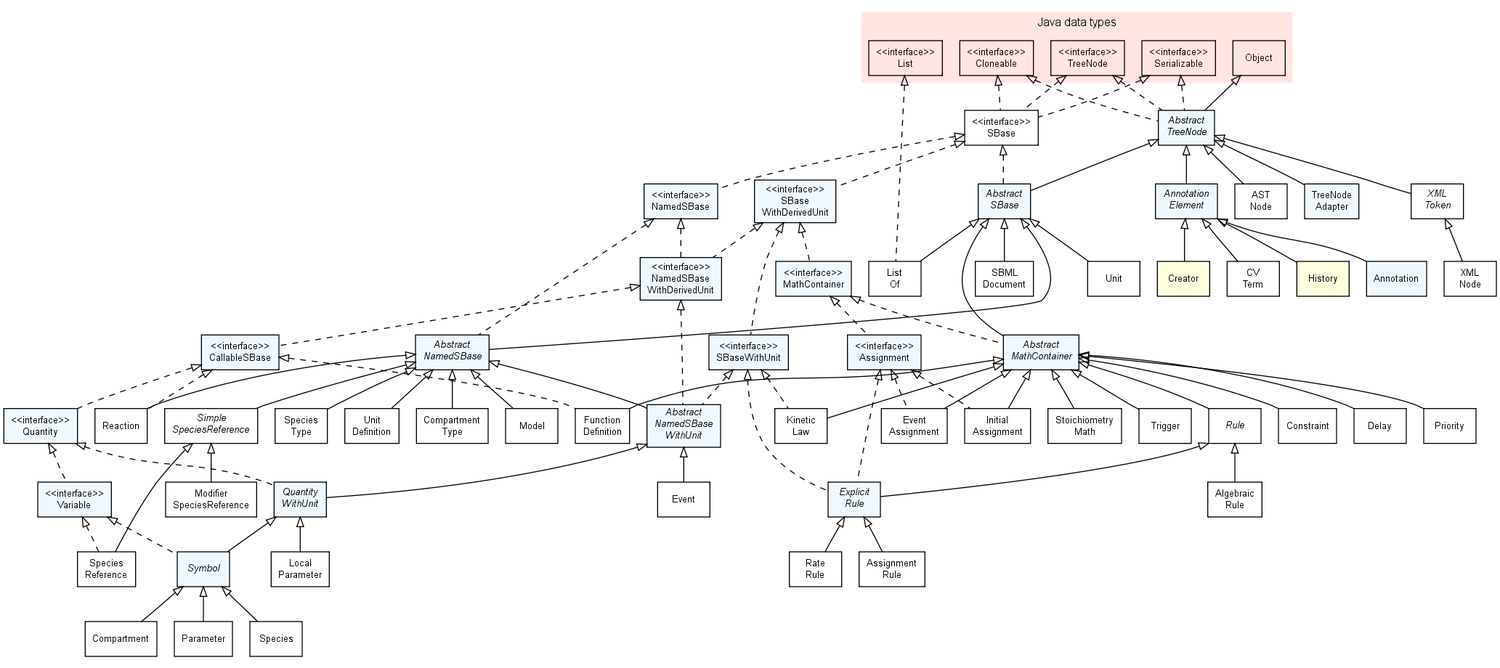
Above: doc/img/FullTypeHierarchy.png in sbmlteam/jsbml (Graphviz), before the change. Its source is kept beside it as doc/img/FullTypeHierarchy.dot.
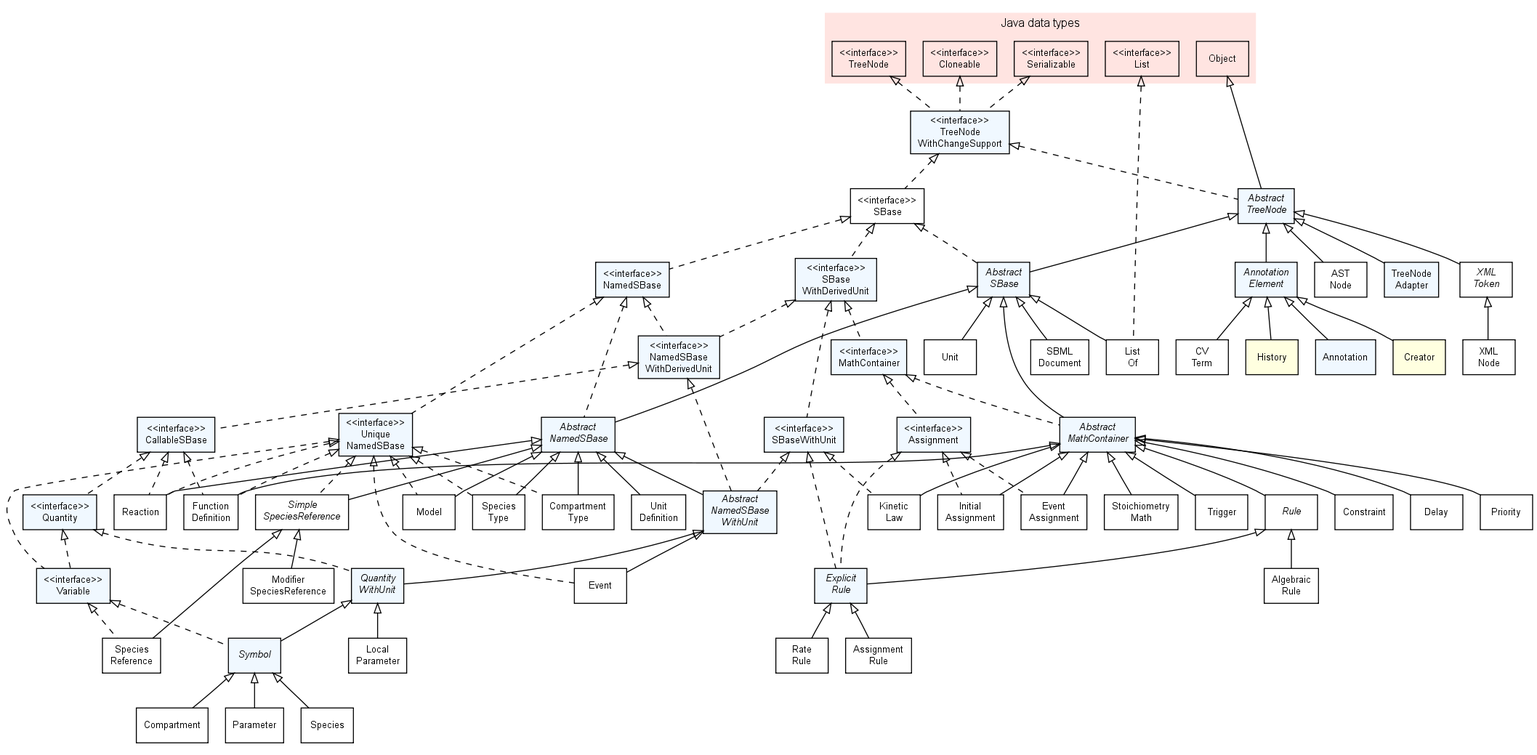
After the commit.

What changed in the source:
```diff
@@ -7,6 +7,7 @@
 
 	nodesep=0.25;
 	ranksep=0.5;
+	margin=0.01;
 
 	edge [
 	  fontname="Helvetica",
@@ -57,6 +58,8 @@
   SBaseWithDerivedUnit                     [label="<<interface>>\nSBase\nWithDerivedUnit", style="filled", fillcolor="#F0F8FF"];
   SBaseWithUnit                            [label="<<interface>>\nSBaseWithUnit", style="filled", fillcolor="#F0F8FF"];
   SBase                                    [label="<<interface>>\nSBase"];
+  TreeNodeWithChangeSupport                [label="<<interface>>\nTreeNode\nWithChangeSupport", style="filled", fillcolor="#F0F8FF"];
+  UniqueNamedSBase                         [label="<<interface>>\nUnique\nNamedSBase", style="filled", fillcolor="#F0F8FF"];
   Variable                                 [label="<<interface>>\nVariable", style="filled", fillcolor="#F0F8FF"];
 
   /*
@@ -159,8 +162,7 @@
   CallableSBase              -> Quantity                   [dir=back,arrowtail=empty,style=dashed];
   CallableSBase              -> FunctionDefinition         [dir=back,arrowtail=empty,style=dashed];
   CallableSBase              -> Reaction                   [dir=back,arrowtail=empty,style=dashed];
-  Cloneable                  -> AbstractTreeNode           [dir=back,arrowtail=empty,style=dashed];
-  Cloneable                  -> SBase                      [dir=back,arrowtail=empty,style=dashed];
+  Cloneable                  -> TreeNodeWithChangeSupport  [dir=back,arrowtail=empty,style=dashed];
   ExplicitRule               -> AssignmentRule             [dir=back,arrowtail=empty];
   ExplicitRule               -> RateRule                   [dir=back,arrowtail=empty];
   List                       -> ListOf                     [dir=back,arrowtail=empty,style=dashed];
@@ -168,6 +170,7 @@
   MathContainer              -> Assignment                 [dir=back,arrowtail=empty,style=dashed];
   NamedSBase                 -> AbstractNamedSBase         [dir=back,arrowtail=empty,style=dashed];
   NamedSBase                 -> NamedSBaseWithDerivedUnit  [dir=back,arrowtail=empty,style=dashed];
+  NamedSBase                 -> UniqueNamedSBase           [dir=back,arrowtail=empty,style=dashed];
   NamedSBaseWithDerivedUnit  -> AbstractNamedSBaseWithUnit [dir=back,arrowtail=empty,style=dashed];
   NamedSBaseWithDerivedUnit  -> CallableSBase              [dir=back,arrowtail=empty,style=dashed];
   Object                     -> AbstractTreeNode           [dir=back,arrowtail=empty];
@@ -188,13 +191,21 @@
   SBaseWithUnit              -> KineticLaw                 [dir=back,arrowtail=empty,style=dashed];
   SimpleSpeciesReference     -> ModifierSpeciesReference   [dir=back,arrowtail=empty];
   SimpleSpeciesReference     -> SpeciesReference           [dir=back,arrowtail=empty];
-  Serializable               -> AbstractTreeNode           [dir=back,arrowtail=empty,style=dashed];
-  Serializable               -> SBase                      [dir=back,arrowtail=empty,style=dashed];
+  Serializable               -> TreeNodeWithChangeSupport  [dir=back,arrowtail=empty,style=dashed];
   Symbol                     -> Compartment                [dir=back,arrowtail=empty];
   Symbol                     -> Parameter                  [dir=back,arrowtail=empty];
   Symbol                     -> Species                    [dir=back,arrowtail=empty];
-  TreeNode                   -> AbstractTreeNode           [dir=back,arrowtail=empty,style=dashed];
-  TreeNode                   -> SBase                      [dir=back,arrowtail=empty,style=dashed];
+  TreeNode                   -> TreeNodeWithChangeSupport  [dir=back,arrowtail=empty,style=dashed];
+  TreeNodeWithChangeSupport  -> AbstractTreeNode           [dir=back,arrowtail=empty,style=dashed];
+  TreeNodeWithChangeSupport  -> SBase                      [dir=back,arrowtail=empty,style=dashed];
+  UniqueNamedSBase           -> CompartmentType            [dir=back,arrowtail=empty,style=dashed];
+  UniqueNamedSBase           -> Event                      [dir=back,arrowtail=empty,style=dashed];
+  UniqueNamedSBase           -> FunctionDefinition         [dir=back,arrowtail=empty,style=dashed];
+  UniqueNamedSBase           -> Model                      [dir=back,arrowtail=empty,style=dashed];
+  UniqueNamedSBase           -> Reaction                   [dir=back,arrowtail=empty,style=dashed];
+  UniqueNamedSBase           -> SimpleSpeciesReference     [dir=back,arrowtail=empty,style=dashed];
+  UniqueNamedSBase           -> SpeciesType                [dir=back,arrowtail=empty,style=dashed];
+  UniqueNamedSBase           -> Variable                   [dir=back,arrowtail=empty,style=dashed];
   Variable                   -> SpeciesReference           [dir=back,arrowtail=empty,style=dashed];
   Variable                   -> Symbol                     [dir=back,arrowtail=empty,style=dashed];
   XMLToken                   -> XMLNode                    [dir=back,arrowtail=empty];
```
